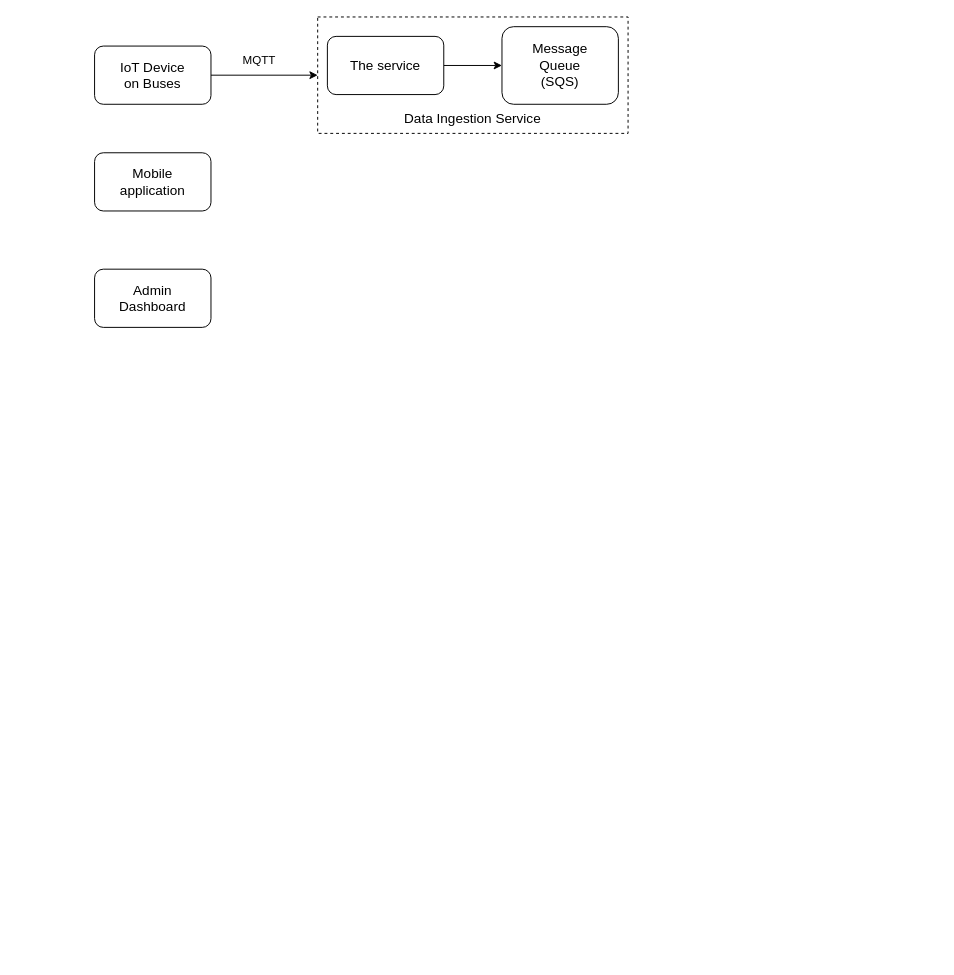
lukas0173/Draw.io keeps this draw.io diagram as AWSSystemComponentDesign.drawio. Above is the earlier version. Source tidied: cells renumbered, new cells numbered last; positions are measured from the earlier drawing's top-left corner, leaving out a move shared by most shapes. Both pictures are drawn from the tidied source at 97%, with x=0, y=0 at pixel (94, 16).
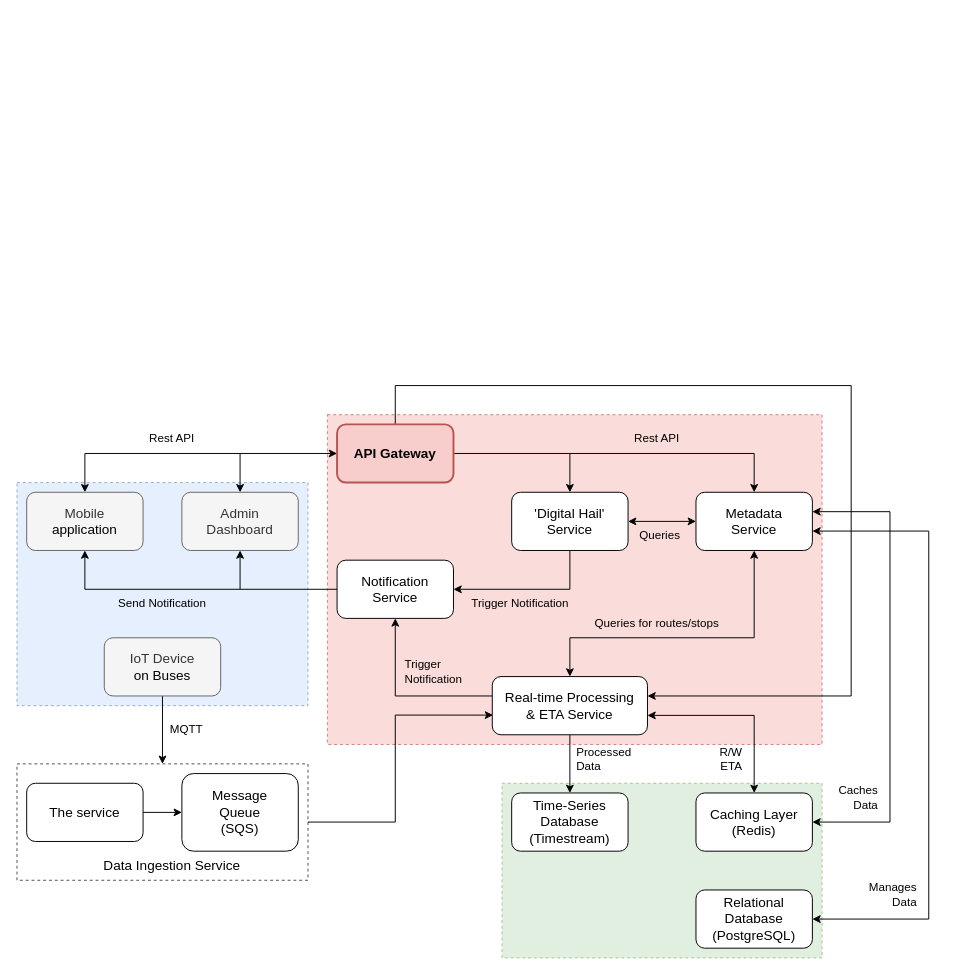
The same page after the edit.

The edit, as a diff of the source:
```diff
@@
+    <mxCell id="12" style="rounded=0;whiteSpace=wrap;html=1;dashed=1;fillColor=#d5e8d4;strokeColor=#82b366;opacity=70;" parent="1" vertex="1">
+      <mxGeometry x="420" y="790" width="330" height="180" as="geometry" />
+    </mxCell>
+    <mxCell id="13" style="rounded=0;whiteSpace=wrap;html=1;dashed=1;fillColor=#f8cecc;strokeColor=#b85450;opacity=70;" parent="1" vertex="1">
+      <mxGeometry x="240" y="410" width="510" height="340" as="geometry" />
+    </mxCell>
+    <mxCell id="14" style="rounded=0;whiteSpace=wrap;html=1;dashed=1;fillColor=#dae8fc;strokeColor=#6c8ebf;opacity=70;" parent="1" vertex="1">
+      <mxGeometry x="-80" y="480" width="300" height="230" as="geometry" />
+    </mxCell>
+    <mxCell id="15" style="edgeStyle=orthogonalEdgeStyle;rounded=0;jettySize=auto;html=1;entryX=0.005;entryY=0.662;entryDx=0;entryDy=0;entryPerimeter=0;" parent="1" edge="1" source="2" target="22">
+      <mxGeometry relative="1" as="geometry">
+        <Array as="points">
+          <mxPoint x="310" y="830" />
+          <mxPoint x="310" y="720" />
+        </Array>
+      </mxGeometry>
+    </mxCell>
-    <mxCell id="2" style="rounded=0;whiteSpace=wrap;html=1;dashed=1;" parent="1" vertex="1">
-      <mxGeometry x="230" width="320" height="120" as="geometry" />
+    <mxCell id="2" style="rounded=0;whiteSpace=wrap;html=1;dashed=1;opacity=70;" parent="1" vertex="1">
+      <mxGeometry x="-80" y="770" width="300" height="120" as="geometry" />
     </mxCell>
-    <mxCell id="3" style="edgeStyle=orthogonalEdgeStyle;rounded=0;jettySize=auto;html=1;entryX=0;entryY=0.5;entryDx=0;entryDy=0;" parent="1" edge="1" source="4" target="2">
+    <mxCell id="3" style="edgeStyle=orthogonalEdgeStyle;rounded=0;jettySize=auto;html=1;entryX=0.5;entryY=0;entryDx=0;entryDy=0;" parent="1" edge="1" source="4" target="2">
       <mxGeometry relative="1" as="geometry" />
     </mxCell>
-    <mxCell id="4" value="&lt;font style=&quot;font-size: 14px;&quot;&gt;IoT Device&lt;/font&gt;&lt;div&gt;&lt;span style=&quot;background-color: transparent; color: light-dark(rgb(0, 0, 0), rgb(255, 255, 255));&quot;&gt;&lt;font style=&quot;font-size: 14px;&quot;&gt;on Buses&lt;/font&gt;&lt;/span&gt;&lt;/div&gt;" style="rounded=1;whiteSpace=wrap;html=1;" parent="1" vertex="1">
-      <mxGeometry y="30" width="120" height="60" as="geometry" />
+    <mxCell id="4" value="&lt;font style=&quot;font-size: 14px;&quot;&gt;IoT Device&lt;/font&gt;&lt;div&gt;&lt;span style=&quot;background-color: transparent; color: light-dark(rgb(0, 0, 0), rgb(255, 255, 255));&quot;&gt;&lt;font style=&quot;font-size: 14px;&quot;&gt;on Buses&lt;/font&gt;&lt;/span&gt;&lt;/div&gt;" style="rounded=1;whiteSpace=wrap;html=1;fillColor=#f5f5f5;fontColor=#333333;strokeColor=#666666;" parent="1" vertex="1">
+      <mxGeometry x="10" y="640" width="120" height="60" as="geometry" />
     </mxCell>
+    <mxCell id="16" style="edgeStyle=orthogonalEdgeStyle;rounded=0;jettySize=auto;html=1;endArrow=none;endFill=0;startArrow=classic;startFill=1;" parent="1" edge="1" source="5">
+      <mxGeometry relative="1" as="geometry">
+        <mxPoint x="150" y="450" as="targetPoint" />
+        <Array as="points">
+          <mxPoint x="-10" y="450" />
+        </Array>
+      </mxGeometry>
+    </mxCell>
-    <mxCell id="5" value="&lt;span style=&quot;font-size: 14px;&quot;&gt;Mobile&lt;/span&gt;&lt;div&gt;&lt;span style=&quot;font-size: 14px; background-color: transparent; color: light-dark(rgb(0, 0, 0), rgb(255, 255, 255));&quot;&gt;application&lt;/span&gt;&lt;/div&gt;" style="rounded=1;whiteSpace=wrap;html=1;" parent="1" vertex="1">
-      <mxGeometry y="140" width="120" height="60" as="geometry" />
+    <mxCell id="5" value="&lt;span style=&quot;font-size: 14px;&quot;&gt;Mobile&lt;/span&gt;&lt;div&gt;&lt;span style=&quot;font-size: 14px; background-color: transparent; color: light-dark(rgb(0, 0, 0), rgb(255, 255, 255));&quot;&gt;application&lt;/span&gt;&lt;/div&gt;" style="rounded=1;whiteSpace=wrap;html=1;fillColor=#f5f5f5;fontColor=#333333;strokeColor=#666666;" parent="1" vertex="1">
+      <mxGeometry x="-70" y="490" width="120" height="60" as="geometry" />
     </mxCell>
+    <mxCell id="17" style="edgeStyle=orthogonalEdgeStyle;rounded=0;jettySize=auto;html=1;endArrow=none;endFill=0;startArrow=classic;startFill=1;" parent="1" edge="1" source="6">
+      <mxGeometry relative="1" as="geometry">
+        <mxPoint x="150" y="590" as="targetPoint" />
+      </mxGeometry>
+    </mxCell>
-    <mxCell id="6" value="&lt;span style=&quot;font-size: 14px;&quot;&gt;Admin&lt;/span&gt;&lt;div&gt;&lt;span style=&quot;font-size: 14px;&quot;&gt;Dashboard&lt;/span&gt;&lt;/div&gt;" style="rounded=1;whiteSpace=wrap;html=1;" parent="1" vertex="1">
-      <mxGeometry y="260" width="120" height="60" as="geometry" />
+    <mxCell id="6" value="&lt;span style=&quot;font-size: 14px;&quot;&gt;Admin&lt;/span&gt;&lt;div&gt;&lt;span style=&quot;font-size: 14px;&quot;&gt;Dashboard&lt;/span&gt;&lt;/div&gt;" style="rounded=1;whiteSpace=wrap;html=1;fillColor=#f5f5f5;fontColor=#333333;strokeColor=#666666;" parent="1" vertex="1">
+      <mxGeometry x="90" y="490" width="120" height="60" as="geometry" />
     </mxCell>
@@
-    <mxCell id="8" value="&lt;span style=&quot;font-size: 14px;&quot;&gt;The service&lt;/span&gt;" style="rounded=1;whiteSpace=wrap;html=1;" parent="1" vertex="1">
-      <mxGeometry x="240" y="20" width="120" height="60" as="geometry" />
+    <mxCell id="8" value="&lt;span&gt;The service&lt;/span&gt;" style="rounded=1;whiteSpace=wrap;html=1;fontSize=14;" parent="1" vertex="1">
+      <mxGeometry x="-70" y="790" width="120" height="60" as="geometry" />
     </mxCell>
     <mxCell id="9" value="&lt;span style=&quot;font-size: 14px;&quot;&gt;Message&lt;/span&gt;&lt;div&gt;&lt;span style=&quot;font-size: 14px;&quot;&gt;Queue&lt;br&gt;(SQS)&lt;/span&gt;&lt;/div&gt;" style="rounded=1;whiteSpace=wrap;html=1;" parent="1" vertex="1">
-      <mxGeometry x="420" y="10" width="120" height="80" as="geometry" />
+      <mxGeometry x="90" y="780" width="120" height="80" as="geometry" />
     </mxCell>
     <mxCell id="10" value="&lt;span style=&quot;font-size: 14px;&quot;&gt;Data Ingestion&amp;nbsp;&lt;/span&gt;&lt;span style=&quot;font-size: 14px; background-color: transparent; color: light-dark(rgb(0, 0, 0), rgb(255, 255, 255));&quot;&gt;Service&lt;/span&gt;" style="text;html=1;whiteSpace=wrap;strokeColor=none;fillColor=none;align=center;verticalAlign=middle;rounded=0;" parent="1" vertex="1">
-      <mxGeometry x="305" y="90" width="170" height="30" as="geometry" />
+      <mxGeometry x="-5" y="860" width="170" height="30" as="geometry" />
     </mxCell>
     <mxCell id="11" value="MQTT" style="text;html=1;whiteSpace=wrap;strokeColor=none;fillColor=none;align=center;verticalAlign=middle;rounded=0;" parent="1" vertex="1">
-      <mxGeometry x="140" y="30" width="60" height="30" as="geometry" />
+      <mxGeometry x="65" y="720" width="60" height="30" as="geometry" />
     </mxCell>
+    <mxCell id="18" style="edgeStyle=orthogonalEdgeStyle;rounded=0;jettySize=auto;html=1;entryX=0.5;entryY=1;entryDx=0;entryDy=0;startArrow=classic;startFill=1;" parent="1" edge="1" source="22" target="37">
+      <mxGeometry relative="1" as="geometry">
+        <Array as="points">
+          <mxPoint x="490" y="640" />
+          <mxPoint x="680" y="640" />
+        </Array>
+      </mxGeometry>
+    </mxCell>
+    <mxCell id="19" style="edgeStyle=orthogonalEdgeStyle;rounded=0;jettySize=auto;html=1;entryX=0.5;entryY=1;entryDx=0;entryDy=0;" parent="1" edge="1" source="22" target="31">
+      <mxGeometry relative="1" as="geometry">
+        <Array as="points">
+          <mxPoint x="310" y="700" />
+        </Array>
+      </mxGeometry>
+    </mxCell>
+    <mxCell id="20" style="edgeStyle=orthogonalEdgeStyle;rounded=0;jettySize=auto;html=1;" parent="1" edge="1" source="22" target="43">
+      <mxGeometry relative="1" as="geometry" />
+    </mxCell>
+    <mxCell id="21" style="edgeStyle=orthogonalEdgeStyle;rounded=0;jettySize=auto;html=1;entryX=0.5;entryY=0;entryDx=0;entryDy=0;startArrow=classic;startFill=1;" parent="1" edge="1" source="22" target="45">
+      <mxGeometry relative="1" as="geometry">
+        <Array as="points">
+          <mxPoint x="680" y="720" />
+        </Array>
+      </mxGeometry>
+    </mxCell>
+    <mxCell id="22" value="&lt;span style=&quot;font-size: 14px;&quot;&gt;Real-time Processing&lt;/span&gt;&lt;div&gt;&lt;span style=&quot;font-size: 14px;&quot;&gt;&amp;amp; ETA Service&lt;/span&gt;&lt;/div&gt;" style="rounded=1;whiteSpace=wrap;html=1;" parent="1" vertex="1">
+      <mxGeometry x="410" y="680" width="160" height="60" as="geometry" />
+    </mxCell>
+    <mxCell id="23" style="edgeStyle=orthogonalEdgeStyle;rounded=0;jettySize=auto;html=1;entryX=0.5;entryY=0;entryDx=0;entryDy=0;startArrow=classic;startFill=1;endArrow=classic;endFill=1;" parent="1" edge="1" source="26" target="6">
+      <mxGeometry relative="1" as="geometry" />
+    </mxCell>
+    <mxCell id="24" style="edgeStyle=orthogonalEdgeStyle;rounded=0;jettySize=auto;html=1;entryX=0.5;entryY=0;entryDx=0;entryDy=0;" parent="1" edge="1" source="26" target="29">
+      <mxGeometry relative="1" as="geometry" />
+    </mxCell>
+    <mxCell id="25" style="edgeStyle=orthogonalEdgeStyle;rounded=0;jettySize=auto;html=1;" parent="1" edge="1" source="26">
+      <mxGeometry relative="1" as="geometry">
+        <mxPoint x="570" y="700" as="targetPoint" />
+        <Array as="points">
+          <mxPoint x="310" y="380" />
+          <mxPoint x="780" y="380" />
+          <mxPoint x="780" y="700" />
+          <mxPoint x="570" y="700" />
+        </Array>
+      </mxGeometry>
+    </mxCell>
+    <mxCell id="26" value="&lt;span&gt;API Gateway&lt;/span&gt;" style="rounded=1;whiteSpace=wrap;html=1;fillColor=#f8cecc;strokeColor=#b85450;strokeWidth=2;fontStyle=1;fontSize=14;" parent="1" vertex="1">
+      <mxGeometry x="250" y="420" width="120" height="60" as="geometry" />
+    </mxCell>
+    <mxCell id="27" style="edgeStyle=orthogonalEdgeStyle;rounded=0;jettySize=auto;html=1;entryX=0;entryY=0.5;entryDx=0;entryDy=0;startArrow=classic;startFill=1;" parent="1" edge="1" source="29" target="37">
+      <mxGeometry relative="1" as="geometry" />
+    </mxCell>
+    <mxCell id="28" style="edgeStyle=orthogonalEdgeStyle;rounded=0;jettySize=auto;html=1;entryX=1;entryY=0.5;entryDx=0;entryDy=0;" parent="1" edge="1" source="29" target="31">
+      <mxGeometry relative="1" as="geometry">
+        <Array as="points">
+          <mxPoint x="490" y="590" />
+        </Array>
+      </mxGeometry>
+    </mxCell>
+    <mxCell id="29" value="'Digital Hail'&lt;div&gt;Service&lt;/div&gt;" style="rounded=1;whiteSpace=wrap;html=1;fontSize=14;" parent="1" vertex="1">
+      <mxGeometry x="430" y="490" width="120" height="60" as="geometry" />
+    </mxCell>
+    <mxCell id="30" style="edgeStyle=orthogonalEdgeStyle;rounded=0;jettySize=auto;html=1;entryX=0.5;entryY=1;entryDx=0;entryDy=0;" parent="1" edge="1" source="31" target="5">
+      <mxGeometry relative="1" as="geometry" />
+    </mxCell>
+    <mxCell id="31" value="Notification&lt;div&gt;Service&lt;/div&gt;" style="rounded=1;whiteSpace=wrap;html=1;fontSize=14;" parent="1" vertex="1">
+      <mxGeometry x="250" y="560" width="120" height="60" as="geometry" />
+    </mxCell>
+    <mxCell id="32" value="Send Notification" style="text;html=1;whiteSpace=wrap;strokeColor=none;fillColor=none;align=center;verticalAlign=middle;rounded=0;" parent="1" vertex="1">
+      <mxGeometry y="590" width="140" height="30" as="geometry" />
+    </mxCell>
+    <mxCell id="33" value="Trigger Notification" style="text;html=1;whiteSpace=wrap;strokeColor=none;fillColor=none;align=center;verticalAlign=middle;rounded=0;" parent="1" vertex="1">
+      <mxGeometry x="383" y="590" width="112" height="30" as="geometry" />
+    </mxCell>
+    <mxCell id="34" style="edgeStyle=orthogonalEdgeStyle;rounded=0;jettySize=auto;html=1;endArrow=none;endFill=0;startArrow=classic;startFill=1;" parent="1" edge="1" source="37">
+      <mxGeometry relative="1" as="geometry">
+        <mxPoint x="490" y="450" as="targetPoint" />
+        <Array as="points">
+          <mxPoint x="680" y="450" />
+        </Array>
+      </mxGeometry>
+    </mxCell>
+    <mxCell id="35" style="edgeStyle=orthogonalEdgeStyle;rounded=0;jettySize=auto;html=1;entryX=1;entryY=0.5;entryDx=0;entryDy=0;startArrow=classic;startFill=1;" parent="1" edge="1" source="37" target="45">
+      <mxGeometry relative="1" as="geometry">
+        <Array as="points">
+          <mxPoint x="820" y="510" />
+          <mxPoint x="820" y="830" />
+        </Array>
+      </mxGeometry>
+    </mxCell>
+    <mxCell id="36" style="edgeStyle=orthogonalEdgeStyle;rounded=0;jettySize=auto;html=1;entryX=1;entryY=0.5;entryDx=0;entryDy=0;startArrow=classic;startFill=1;" parent="1" edge="1" source="37" target="44">
+      <mxGeometry relative="1" as="geometry">
+        <Array as="points">
+          <mxPoint x="860" y="530" />
+          <mxPoint x="860" y="930" />
+        </Array>
+      </mxGeometry>
+    </mxCell>
+    <mxCell id="37" value="Metadata&lt;div&gt;Service&lt;/div&gt;" style="rounded=1;whiteSpace=wrap;html=1;fontSize=14;" parent="1" vertex="1">
+      <mxGeometry x="620" y="490" width="120" height="60" as="geometry" />
+    </mxCell>
+    <mxCell id="38" value="Rest API" style="text;html=1;whiteSpace=wrap;strokeColor=none;fillColor=none;align=center;verticalAlign=middle;rounded=0;" parent="1" vertex="1">
+      <mxGeometry x="550" y="420" width="60" height="30" as="geometry" />
+    </mxCell>
+    <mxCell id="39" value="Rest API" style="text;html=1;whiteSpace=wrap;strokeColor=none;fillColor=none;align=center;verticalAlign=middle;rounded=0;" parent="1" vertex="1">
+      <mxGeometry x="50" y="420" width="60" height="30" as="geometry" />
+    </mxCell>
+    <mxCell id="40" value="Trigger&lt;div&gt;Notification&lt;/div&gt;" style="text;html=1;whiteSpace=wrap;strokeColor=none;fillColor=none;align=left;verticalAlign=middle;rounded=0;" parent="1" vertex="1">
+      <mxGeometry x="318" y="660" width="112" height="30" as="geometry" />
+    </mxCell>
+    <mxCell id="41" value="Queries&amp;nbsp;&lt;span style=&quot;background-color: transparent; color: light-dark(rgb(0, 0, 0), rgb(255, 255, 255));&quot;&gt;for&amp;nbsp;&lt;/span&gt;&lt;span style=&quot;background-color: transparent; color: light-dark(rgb(0, 0, 0), rgb(255, 255, 255));&quot;&gt;routes/stops&lt;/span&gt;" style="text;html=1;whiteSpace=wrap;strokeColor=none;fillColor=none;align=center;verticalAlign=middle;rounded=0;" parent="1" vertex="1">
+      <mxGeometry x="445" y="610" width="270" height="30" as="geometry" />
+    </mxCell>
+    <mxCell id="42" style="edgeStyle=orthogonalEdgeStyle;rounded=0;orthogonalLoop=1;jettySize=auto;html=1;exitX=0.5;exitY=1;exitDx=0;exitDy=0;" parent="1" edge="1" source="33" target="33">
+      <mxGeometry relative="1" as="geometry" />
+    </mxCell>
+    <mxCell id="43" value="Time-Series Database&lt;div&gt;(Timestream)&lt;/div&gt;" style="rounded=1;whiteSpace=wrap;html=1;fontSize=14;" parent="1" vertex="1">
+      <mxGeometry x="430" y="800" width="120" height="60" as="geometry" />
+    </mxCell>
+    <mxCell id="44" value="Relational Database&lt;div&gt;(PostgreSQL)&lt;/div&gt;" style="rounded=1;whiteSpace=wrap;html=1;fontSize=14;" parent="1" vertex="1">
+      <mxGeometry x="620" y="900" width="120" height="60" as="geometry" />
+    </mxCell>
+    <mxCell id="45" value="Caching Layer&lt;div&gt;(Redis)&lt;/div&gt;" style="rounded=1;whiteSpace=wrap;html=1;fontSize=14;" parent="1" vertex="1">
+      <mxGeometry x="620" y="800" width="120" height="60" as="geometry" />
+    </mxCell>
+    <mxCell id="46" value="Processed&lt;div&gt;Data&lt;/div&gt;" style="text;html=1;whiteSpace=wrap;strokeColor=none;fillColor=none;align=left;verticalAlign=middle;rounded=0;" parent="1" vertex="1">
+      <mxGeometry x="495" y="750" width="70" height="30" as="geometry" />
+    </mxCell>
+    <mxCell id="47" value="R/W&lt;div&gt;ETA&lt;/div&gt;" style="text;html=1;whiteSpace=wrap;strokeColor=none;fillColor=none;align=right;verticalAlign=middle;rounded=0;" parent="1" vertex="1">
+      <mxGeometry x="580" y="750" width="90" height="30" as="geometry" />
+    </mxCell>
+    <mxCell id="48" value="Caches&lt;br&gt;&lt;div style=&quot;&quot;&gt;&lt;span style=&quot;background-color: transparent; color: light-dark(rgb(0, 0, 0), rgb(255, 255, 255));&quot;&gt;Data&lt;/span&gt;&lt;/div&gt;" style="text;html=1;whiteSpace=wrap;strokeColor=none;fillColor=none;align=right;verticalAlign=middle;rounded=0;" parent="1" vertex="1">
+      <mxGeometry x="720" y="790" width="90" height="30" as="geometry" />
+    </mxCell>
+    <mxCell id="49" value="Manages&lt;div&gt;Data&lt;/div&gt;" style="text;html=1;whiteSpace=wrap;strokeColor=none;fillColor=none;align=right;verticalAlign=middle;rounded=0;" parent="1" vertex="1">
+      <mxGeometry x="760" y="890" width="90" height="30" as="geometry" />
+    </mxCell>
+    <mxCell id="50" value="Queries" style="text;html=1;whiteSpace=wrap;strokeColor=none;fillColor=none;align=center;verticalAlign=middle;rounded=0;" parent="1" vertex="1">
+      <mxGeometry x="448" y="520" width="270" height="30" as="geometry" />
+    </mxCell>
```
